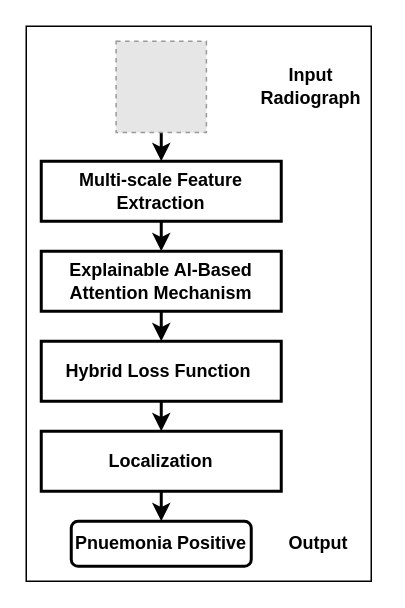
vinayak-k24/DrawIO keeps this draw.io diagram as Gradnetv3_2.drawio. Above is the earlier version. Source tidied: cells renumbered, new cells numbered last; positions are measured from the earlier drawing's top-left corner, leaving out a move shared by most shapes. Both pictures are drawn from the tidied source at 150%, with x=0, y=0 at pixel (26, 26). Pictures stored in the file or linked from it are replaced by grey dashed boxes.
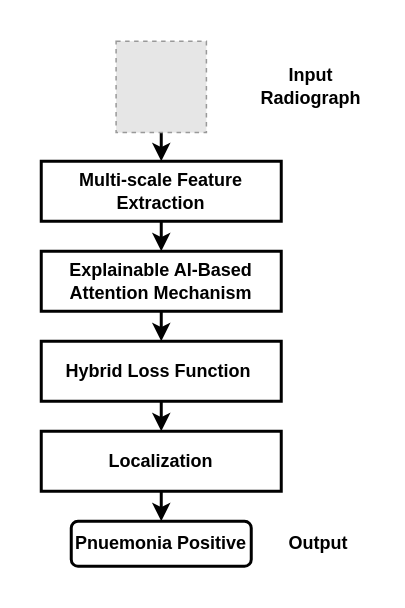
After the change.

Change to the diagram source:
```diff
@@
 <mxGraphModel>
   <root>
     <mxCell id="0" />
     <mxCell id="1" parent="0" />
-    <mxCell id="2" style="rounded=0;whiteSpace=wrap;html=1;" parent="1" vertex="1">
+    <mxCell id="2" style="rounded=0;whiteSpace=wrap;html=1;fontColor=default;fillColor=default;strokeColor=none;" parent="1" vertex="1">
       <mxGeometry width="230" height="370" as="geometry" />
     </mxCell>
     <mxCell id="3" style="edgeStyle=orthogonalEdgeStyle;rounded=0;jettySize=auto;html=1;exitX=0.5;exitY=1;exitDx=0;exitDy=0;entryX=0.5;entryY=0;entryDx=0;entryDy=0;strokeWidth=2;fontStyle=1;" parent="1" edge="1" source="4" target="6">
       <mxGeometry relative="1" as="geometry" />
     </mxCell>
     <mxCell id="4" value="Multi-scale Feature Extraction" style="rounded=0;whiteSpace=wrap;html=1;fontFamily=Helvetica;fontStyle=1;fontSize=12;strokeWidth=2;" parent="1" vertex="1">
       <mxGeometry x="10" y="90" width="160" height="40" as="geometry" />
     </mxCell>
     <mxCell id="5" style="edgeStyle=orthogonalEdgeStyle;rounded=0;jettySize=auto;html=1;exitX=0.5;exitY=1;exitDx=0;exitDy=0;entryX=0.5;entryY=0;entryDx=0;entryDy=0;strokeWidth=2;fontStyle=1;" parent="1" edge="1" source="6" target="8">
       <mxGeometry relative="1" as="geometry" />
     </mxCell>
     <mxCell id="6" value="Explainable AI-Based Attention Mechanism" style="rounded=0;whiteSpace=wrap;html=1;fontFamily=Helvetica;fontStyle=1;fontSize=12;strokeWidth=2;" parent="1" vertex="1">
       <mxGeometry x="10" y="150" width="160" height="40" as="geometry" />
     </mxCell>
     <mxCell id="7" style="edgeStyle=orthogonalEdgeStyle;rounded=0;jettySize=auto;html=1;exitX=0.5;exitY=1;exitDx=0;exitDy=0;entryX=0.5;entryY=0;entryDx=0;entryDy=0;strokeWidth=2;fontStyle=1;" parent="1" edge="1" source="8" target="10">
       <mxGeometry relative="1" as="geometry" />
     </mxCell>
     <mxCell id="8" value="&lt;span&gt;&lt;span lang=&quot;EN-US&quot;&gt;Hybrid Loss Function&amp;nbsp;&lt;/span&gt;&lt;/span&gt;" style="rounded=0;whiteSpace=wrap;html=1;fontFamily=Helvetica;fontStyle=1;fontSize=12;strokeWidth=2;" parent="1" vertex="1">
       <mxGeometry x="10" y="210" width="160" height="40" as="geometry" />
     </mxCell>
     <mxCell id="9" style="edgeStyle=orthogonalEdgeStyle;rounded=0;jettySize=auto;html=1;exitX=0.5;exitY=1;exitDx=0;exitDy=0;entryX=0.5;entryY=0;entryDx=0;entryDy=0;strokeWidth=2;fontStyle=1;" parent="1" edge="1" source="10" target="13">
       <mxGeometry relative="1" as="geometry" />
     </mxCell>
     <mxCell id="10" value="&lt;span&gt;&lt;span lang=&quot;EN-US&quot;&gt;Localization&lt;/span&gt;&lt;/span&gt;" style="rounded=0;whiteSpace=wrap;html=1;fontFamily=Helvetica;fontStyle=1;fontSize=12;strokeWidth=2;" parent="1" vertex="1">
       <mxGeometry x="10" y="270" width="160" height="40" as="geometry" />
     </mxCell>
     <mxCell id="11" style="edgeStyle=orthogonalEdgeStyle;rounded=0;jettySize=auto;html=1;exitX=0.5;exitY=1;exitDx=0;exitDy=0;entryX=0.5;entryY=0;entryDx=0;entryDy=0;strokeWidth=2;fontStyle=1;" parent="1" edge="1" source="12" target="4">
       <mxGeometry relative="1" as="geometry" />
     </mxCell>
     <mxCell id="12" style="fillColor=#E6E6E6;strokeColor=#999999;dashed=1;verticalLabelPosition=bottom;labelBackgroundColor=default;verticalAlign=top;fontStyle=1;" parent="1" vertex="1">
       <mxGeometry x="59.9" y="10" width="60.2" height="60.9" as="geometry" />
     </mxCell>
     <mxCell id="13" value="Pnuemonia Positive" style="rounded=1;whiteSpace=wrap;html=1;strokeWidth=2;fontStyle=1;" parent="1" vertex="1">
       <mxGeometry x="30" y="330" width="120" height="30" as="geometry" />
     </mxCell>
     <mxCell id="14" value="&lt;b&gt;Input Radiograph&lt;/b&gt;" style="text;html=1;align=center;verticalAlign=middle;whiteSpace=wrap;rounded=0;" parent="1" vertex="1">
       <mxGeometry x="150" y="25.4" width="80" height="30" as="geometry" />
     </mxCell>
     <mxCell id="15" value="&lt;b&gt;Output&lt;/b&gt;" style="text;html=1;align=center;verticalAlign=middle;whiteSpace=wrap;rounded=0;" parent="1" vertex="1">
       <mxGeometry x="155" y="330" width="80" height="30" as="geometry" />
     </mxCell>
   </root>
 </mxGraphModel>
```
